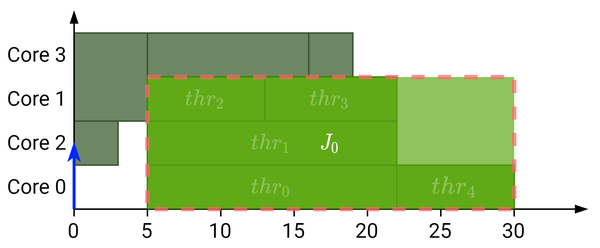
This is Notes/TFM_presentations/midterm/figures/drawings/taskModels_gang_2.png from jmigual/APATeoria, a draw.io export, as it was before one commit. Source tidied: cells renumbered, new cells last; positions are measured from the earlier drawing's top-left corner, leaving out a move shared by most shapes.
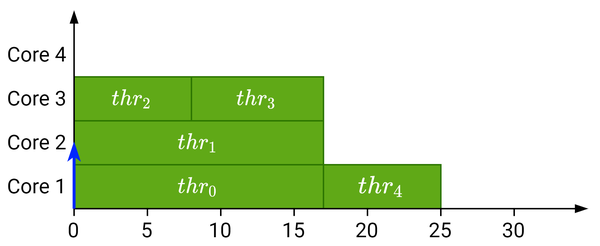
The same file after the commit.

Diff of the diagram source:
```diff
@@ -2,125 +2,110 @@
   <root>
     <mxCell id="0" />
     <mxCell id="1" parent="0" />
-    <mxCell id="2" style="rounded=0;whiteSpace=wrap;html=1;align=center;fillColor=#6d8764;strokeColor=#3A5431;fontColor=#ffffff;fontFamily=Roboto;FType=g;" parent="1" vertex="1">
-      <mxGeometry x="100" y="15" width="110" height="30" as="geometry" />
+    <mxCell id="2" value="$$thr_2$$" style="rounded=0;whiteSpace=wrap;html=1;align=center;fillColor=#60a917;strokeColor=#2D7600;fontColor=#ffffff;fontFamily=Roboto;FType=g;" parent="1" vertex="1">
+      <mxGeometry x="50" y="410" width="80" height="30" as="geometry" />
     </mxCell>
-    <mxCell id="3" style="rounded=0;whiteSpace=wrap;html=1;align=center;fillColor=#6d8764;strokeColor=#3A5431;fontColor=#ffffff;fontFamily=Roboto;FType=g;" parent="1" vertex="1">
-      <mxGeometry x="210" y="15" width="30" height="30" as="geometry" />
+    <mxCell id="3" value="&lt;span style=&quot;font-size: 14px&quot;&gt;$$thr_4$$&lt;/span&gt;" style="rounded=0;whiteSpace=wrap;html=1;align=center;fillColor=#60a917;strokeColor=#2D7600;fontColor=#ffffff;fontFamily=Roboto;FType=g;" parent="1" vertex="1">
+      <mxGeometry x="220" y="470" width="80" height="30" as="geometry" />
     </mxCell>
-    <mxCell id="4" value="&lt;span style=&quot;font-size: 14px&quot;&gt;$$thr_4$$&lt;/span&gt;" style="rounded=0;whiteSpace=wrap;html=1;align=center;fillColor=#60a917;strokeColor=#2D7600;fontColor=#ffffff;fontFamily=Roboto;FType=g;" parent="1" vertex="1">
-      <mxGeometry x="270" y="105" width="80" height="30" as="geometry" />
+    <mxCell id="4" value="$$thr_1$$" style="rounded=0;whiteSpace=wrap;html=1;align=center;fillColor=#60a917;strokeColor=#2D7600;fontColor=#ffffff;fontFamily=Roboto;FType=g;" parent="1" vertex="1">
+      <mxGeometry x="50" y="440" width="170" height="30" as="geometry" />
     </mxCell>
-    <mxCell id="5" style="rounded=0;whiteSpace=wrap;html=1;align=center;fillColor=#6d8764;strokeColor=#3A5431;fontColor=#ffffff;fontFamily=Roboto;FType=g;" parent="1" vertex="1">
-      <mxGeometry x="50" y="75" width="30" height="30" as="geometry" />
+    <mxCell id="5" value="$$thr_3$$" style="rounded=0;whiteSpace=wrap;html=1;align=center;fillColor=#60a917;strokeColor=#2D7600;fontColor=#ffffff;fontFamily=Roboto;FType=g;" parent="1" vertex="1">
+      <mxGeometry x="130" y="410" width="90" height="30" as="geometry" />
     </mxCell>
-    <mxCell id="6" style="rounded=0;whiteSpace=wrap;html=1;align=center;fillColor=#6d8764;strokeColor=#3A5431;fontColor=#ffffff;fontFamily=Roboto;FType=g;" parent="1" vertex="1">
-      <mxGeometry x="50" y="15" width="50" height="60" as="geometry" />
+    <mxCell id="6" value="$$thr_0$$" style="rounded=0;whiteSpace=wrap;html=1;align=center;fillColor=#60a917;strokeColor=#2D7600;fontColor=#ffffff;fontFamily=Roboto;FType=g;" parent="1" vertex="1">
+      <mxGeometry x="50" y="470" width="170" height="30" as="geometry" />
     </mxCell>
-    <mxCell id="7" value="$$thr_1$$" style="rounded=0;whiteSpace=wrap;html=1;align=center;fillColor=#60a917;strokeColor=#2D7600;fontColor=#ffffff;fontFamily=Roboto;FType=g;" parent="1" vertex="1">
-      <mxGeometry x="100" y="75" width="170" height="30" as="geometry" />
+    <mxCell id="7" style="endArrow=blockThin;html=1;endFill=1;fontFamily=Roboto;FType=g;" parent="1" edge="1">
+      <mxGeometry relative="1" as="geometry">
+        <mxPoint x="50" y="500" as="sourcePoint" />
+        <mxPoint x="400" y="500" as="targetPoint" />
+      </mxGeometry>
     </mxCell>
-    <mxCell id="8" value="$$thr_3$$" style="rounded=0;whiteSpace=wrap;html=1;align=center;fillColor=#60a917;strokeColor=#2D7600;fontColor=#ffffff;fontFamily=Roboto;FType=g;" parent="1" vertex="1">
-      <mxGeometry x="180" y="45" width="90" height="30" as="geometry" />
+    <mxCell id="8" style="endArrow=blockThin;html=1;strokeColor=#000000;endFill=1;exitX=0.5;exitY=0;exitDx=0;exitDy=0;fontFamily=Roboto;FType=g;" parent="1" edge="1" source="9">
+      <mxGeometry relative="1" as="geometry">
+        <mxPoint x="50" y="365" as="targetPoint" />
+      </mxGeometry>
     </mxCell>
-    <mxCell id="9" value="$$thr_0$$" style="rounded=0;whiteSpace=wrap;html=1;align=center;fillColor=#60a917;strokeColor=#2D7600;fontColor=#ffffff;fontFamily=Roboto;FType=g;" parent="1" vertex="1">
-      <mxGeometry x="100" y="105" width="170" height="30" as="geometry" />
+    <mxCell id="9" value="&lt;div style=&quot;font-size: 14px;&quot;&gt;0&lt;/div&gt;" style="text;html=1;strokeColor=none;fillColor=none;align=center;verticalAlign=middle;whiteSpace=wrap;rounded=0;fontSize=14;fontFamily=Roboto;FType=g;" parent="1" vertex="1">
+      <mxGeometry x="40" y="505" width="20" height="20" as="geometry" />
     </mxCell>
-    <mxCell id="10" style="endArrow=blockThin;html=1;endFill=1;fontFamily=Roboto;FType=g;" parent="1" edge="1">
-      <mxGeometry relative="1" as="geometry">
-        <mxPoint x="50" y="135" as="sourcePoint" />
-        <mxPoint x="400" y="135" as="targetPoint" />
-      </mxGeometry>
+    <mxCell id="10" value="5" style="text;html=1;strokeColor=none;fillColor=none;align=center;verticalAlign=middle;whiteSpace=wrap;rounded=0;fontSize=14;fontFamily=Roboto;FType=g;" parent="1" vertex="1">
+      <mxGeometry x="90" y="505" width="20" height="20" as="geometry" />
     </mxCell>
-    <mxCell id="11" style="endArrow=blockThin;html=1;strokeColor=#000000;endFill=1;exitX=0.5;exitY=0;exitDx=0;exitDy=0;fontFamily=Roboto;FType=g;" parent="1" edge="1" source="12">
-      <mxGeometry relative="1" as="geometry">
-        <mxPoint x="50" as="targetPoint" />
-      </mxGeometry>
+    <mxCell id="11" value="10" style="text;html=1;strokeColor=none;fillColor=none;align=center;verticalAlign=middle;whiteSpace=wrap;rounded=0;fontSize=14;fontFamily=Roboto;FType=g;" parent="1" vertex="1">
+      <mxGeometry x="140" y="505" width="20" height="20" as="geometry" />
     </mxCell>
-    <mxCell id="12" value="&lt;div style=&quot;font-size: 14px;&quot;&gt;0&lt;/div&gt;" style="text;html=1;strokeColor=none;fillColor=none;align=center;verticalAlign=middle;whiteSpace=wrap;rounded=0;fontSize=14;fontFamily=Roboto;FType=g;" parent="1" vertex="1">
-      <mxGeometry x="40" y="140" width="20" height="20" as="geometry" />
+    <mxCell id="12" value="15" style="text;html=1;strokeColor=none;fillColor=none;align=center;verticalAlign=middle;whiteSpace=wrap;rounded=0;fontSize=14;fontFamily=Roboto;FType=g;" parent="1" vertex="1">
+      <mxGeometry x="190" y="505" width="20" height="20" as="geometry" />
     </mxCell>
-    <mxCell id="13" value="5" style="text;html=1;strokeColor=none;fillColor=none;align=center;verticalAlign=middle;whiteSpace=wrap;rounded=0;fontSize=14;fontFamily=Roboto;FType=g;" parent="1" vertex="1">
-      <mxGeometry x="90" y="140" width="20" height="20" as="geometry" />
+    <mxCell id="13" value="20" style="text;html=1;strokeColor=none;fillColor=none;align=center;verticalAlign=middle;whiteSpace=wrap;rounded=0;fontSize=14;fontFamily=Roboto;FType=g;" parent="1" vertex="1">
+      <mxGeometry x="240" y="505" width="20" height="20" as="geometry" />
     </mxCell>
-    <mxCell id="14" value="10" style="text;html=1;strokeColor=none;fillColor=none;align=center;verticalAlign=middle;whiteSpace=wrap;rounded=0;fontSize=14;fontFamily=Roboto;FType=g;" parent="1" vertex="1">
-      <mxGeometry x="140" y="140" width="20" height="20" as="geometry" />
+    <mxCell id="14" style="endArrow=classicThin;html=1;strokeColor=#0027FF;fillColor=#0050ef;endFill=1;strokeWidth=2;fontFamily=Roboto;FType=g;" parent="1" edge="1">
+      <mxGeometry relative="1" as="geometry">
+        <mxPoint x="50" y="500" as="sourcePoint" />
+        <mxPoint x="50" y="455" as="targetPoint" />
+      </mxGeometry>
     </mxCell>
-    <mxCell id="15" value="15" style="text;html=1;strokeColor=none;fillColor=none;align=center;verticalAlign=middle;whiteSpace=wrap;rounded=0;fontSize=14;fontFamily=Roboto;FType=g;" parent="1" vertex="1">
-      <mxGeometry x="190" y="140" width="20" height="20" as="geometry" />
+    <mxCell id="15" style="endArrow=none;html=1;fontFamily=Roboto;FType=g;" parent="1" edge="1" source="16">
+      <mxGeometry relative="1" as="geometry">
+        <mxPoint x="300" y="500" as="targetPoint" />
+      </mxGeometry>
     </mxCell>
-    <mxCell id="16" value="20" style="text;html=1;strokeColor=none;fillColor=none;align=center;verticalAlign=middle;whiteSpace=wrap;rounded=0;fontSize=14;fontFamily=Roboto;FType=g;" parent="1" vertex="1">
-      <mxGeometry x="240" y="140" width="20" height="20" as="geometry" />
+    <mxCell id="16" value="25" style="text;html=1;strokeColor=none;fillColor=none;align=center;verticalAlign=middle;whiteSpace=wrap;rounded=0;fontSize=14;fontFamily=Roboto;FType=g;" parent="1" vertex="1">
+      <mxGeometry x="290" y="505" width="20" height="20" as="geometry" />
     </mxCell>
-    <mxCell id="17" style="endArrow=classicThin;html=1;strokeColor=#0027FF;fillColor=#0050ef;endFill=1;strokeWidth=2;fontFamily=Roboto;FType=g;" parent="1" edge="1">
+    <mxCell id="17" style="endArrow=none;html=1;exitX=0.5;exitY=0;exitDx=0;exitDy=0;fontFamily=Roboto;FType=g;" parent="1" edge="1" source="16">
       <mxGeometry relative="1" as="geometry">
-        <mxPoint x="50" y="135" as="sourcePoint" />
-        <mxPoint x="50" y="90" as="targetPoint" />
+        <mxPoint x="300" y="500" as="targetPoint" />
       </mxGeometry>
     </mxCell>
-    <mxCell id="18" value="Core 0" style="text;html=1;strokeColor=none;fillColor=none;align=center;verticalAlign=middle;whiteSpace=wrap;rounded=0;fontSize=14;fontColor=#000000;fontFamily=Roboto;FType=g;" parent="1" vertex="1">
-      <mxGeometry y="110" width="50" height="20" as="geometry" />
+    <mxCell id="18" style="endArrow=none;html=1;exitX=0.5;exitY=0;exitDx=0;exitDy=0;fontFamily=Roboto;FType=g;" parent="1" edge="1" source="13">
+      <mxGeometry relative="1" as="geometry">
+        <mxPoint x="250" y="500" as="targetPoint" />
+      </mxGeometry>
     </mxCell>
-    <mxCell id="19" value="Core 1" style="text;html=1;strokeColor=none;fillColor=none;align=center;verticalAlign=middle;whiteSpace=wrap;rounded=0;fontSize=14;fontColor=#000000;fontFamily=Roboto;FType=g;" parent="1" vertex="1">
-      <mxGeometry y="50" width="50" height="20" as="geometry" />
+    <mxCell id="19" style="endArrow=none;html=1;exitX=0.5;exitY=0;exitDx=0;exitDy=0;fontFamily=Roboto;FType=g;" parent="1" edge="1" source="12">
+      <mxGeometry relative="1" as="geometry">
+        <mxPoint x="200" y="500" as="targetPoint" />
+      </mxGeometry>
     </mxCell>
-    <mxCell id="20" value="Core 2" style="text;html=1;strokeColor=none;fillColor=none;align=center;verticalAlign=middle;whiteSpace=wrap;rounded=0;fontSize=14;fontColor=#000000;fontFamily=Roboto;FType=g;" parent="1" vertex="1">
-      <mxGeometry y="80" width="50" height="20" as="geometry" />
+    <mxCell id="20" style="endArrow=none;html=1;exitX=0.5;exitY=0;exitDx=0;exitDy=0;fontFamily=Roboto;FType=g;" parent="1" edge="1" source="11">
+      <mxGeometry relative="1" as="geometry">
+        <mxPoint x="150" y="500" as="targetPoint" />
+      </mxGeometry>
     </mxCell>
-    <mxCell id="21" value="Core 3" style="text;html=1;strokeColor=none;fillColor=none;align=center;verticalAlign=middle;whiteSpace=wrap;rounded=0;fontSize=14;fontColor=#000000;fontFamily=Roboto;FType=g;" parent="1" vertex="1">
-      <mxGeometry y="20" width="50" height="20" as="geometry" />
+    <mxCell id="21" style="endArrow=none;html=1;exitX=0.5;exitY=0;exitDx=0;exitDy=0;fontFamily=Roboto;FType=g;" parent="1" edge="1" source="10">
+      <mxGeometry relative="1" as="geometry">
+        <mxPoint x="100" y="500" as="targetPoint" />
+      </mxGeometry>
     </mxCell>
     <mxCell id="22" style="endArrow=none;html=1;fontFamily=Roboto;FType=g;" parent="1" edge="1" source="23">
       <mxGeometry relative="1" as="geometry">
-        <mxPoint x="300" y="135" as="targetPoint" />
+        <mxPoint x="350" y="500" as="targetPoint" />
       </mxGeometry>
     </mxCell>
-    <mxCell id="23" value="25" style="text;html=1;strokeColor=none;fillColor=none;align=center;verticalAlign=middle;whiteSpace=wrap;rounded=0;fontSize=14;fontFamily=Roboto;FType=g;" parent="1" vertex="1">
-      <mxGeometry x="290" y="140" width="20" height="20" as="geometry" />
+    <mxCell id="23" value="30" style="text;html=1;strokeColor=none;fillColor=none;align=center;verticalAlign=middle;whiteSpace=wrap;rounded=0;fontSize=14;fontFamily=Roboto;FType=g;" parent="1" vertex="1">
+      <mxGeometry x="340" y="505" width="20" height="20" as="geometry" />
     </mxCell>
     <mxCell id="24" style="endArrow=none;html=1;exitX=0.5;exitY=0;exitDx=0;exitDy=0;fontFamily=Roboto;FType=g;" parent="1" edge="1" source="23">
       <mxGeometry relative="1" as="geometry">
-        <mxPoint x="300" y="135" as="targetPoint" />
+        <mxPoint x="350" y="500" as="targetPoint" />
       </mxGeometry>
     </mxCell>
-    <mxCell id="25" style="endArrow=none;html=1;exitX=0.5;exitY=0;exitDx=0;exitDy=0;fontFamily=Roboto;FType=g;" parent="1" edge="1" source="16">
-      <mxGeometry relative="1" as="geometry">
-        <mxPoint x="250" y="135" as="targetPoint" />
-      </mxGeometry>
+    <mxCell id="25" value="Core 1" style="text;html=1;strokeColor=none;fillColor=none;align=center;verticalAlign=middle;whiteSpace=wrap;rounded=0;fontSize=14;fontColor=#000000;fontFamily=Roboto;FType=g;" parent="1" vertex="1">
+      <mxGeometry y="475" width="50" height="20" as="geometry" />
     </mxCell>
-    <mxCell id="26" style="endArrow=none;html=1;exitX=0.5;exitY=0;exitDx=0;exitDy=0;fontFamily=Roboto;FType=g;" parent="1" edge="1" source="15">
-      <mxGeometry relative="1" as="geometry">
-        <mxPoint x="200" y="135" as="targetPoint" />
-      </mxGeometry>
+    <mxCell id="26" value="Core 3" style="text;html=1;strokeColor=none;fillColor=none;align=center;verticalAlign=middle;whiteSpace=wrap;rounded=0;fontSize=14;fontColor=#000000;fontFamily=Roboto;FType=g;" parent="1" vertex="1">
+      <mxGeometry y="415" width="50" height="20" as="geometry" />
     </mxCell>
-    <mxCell id="27" style="endArrow=none;html=1;exitX=0.5;exitY=0;exitDx=0;exitDy=0;fontFamily=Roboto;FType=g;" parent="1" edge="1" source="14">
-      <mxGeometry relative="1" as="geometry">
-        <mxPoint x="150" y="135" as="targetPoint" />
-      </mxGeometry>
+    <mxCell id="27" value="Core 2" style="text;html=1;strokeColor=none;fillColor=none;align=center;verticalAlign=middle;whiteSpace=wrap;rounded=0;fontSize=14;fontColor=#000000;fontFamily=Roboto;FType=g;" parent="1" vertex="1">
+      <mxGeometry y="445" width="50" height="20" as="geometry" />
     </mxCell>
-    <mxCell id="28" style="endArrow=none;html=1;exitX=0.5;exitY=0;exitDx=0;exitDy=0;fontFamily=Roboto;FType=g;" parent="1" edge="1" source="13">
-      <mxGeometry relative="1" as="geometry">
-        <mxPoint x="100" y="135" as="targetPoint" />
-      </mxGeometry>
+    <mxCell id="28" value="Core 4" style="text;html=1;strokeColor=none;fillColor=none;align=center;verticalAlign=middle;whiteSpace=wrap;rounded=0;fontSize=14;fontColor=#000000;fontFamily=Roboto;FType=g;" parent="1" vertex="1">
+      <mxGeometry y="385" width="50" height="20" as="geometry" />
     </mxCell>
-    <mxCell id="29" value="$$thr_2$$" style="rounded=0;whiteSpace=wrap;html=1;align=center;fillColor=#60a917;strokeColor=#2D7600;fontColor=#ffffff;fontFamily=Roboto;FType=g;" parent="1" vertex="1">
-      <mxGeometry x="100" y="45" width="80" height="30" as="geometry" />
-    </mxCell>
-    <mxCell id="30" value="$$J_0$$" style="rounded=0;whiteSpace=wrap;html=1;align=center;fillColor=#60a917;strokeColor=#FF6666;fontColor=#ffffff;opacity=70;dashed=1;strokeWidth=3;perimeterSpacing=0;fontFamily=Roboto;FType=g;" parent="1" vertex="1">
-      <mxGeometry x="100" y="45" width="250" height="90" as="geometry" />
-    </mxCell>
-    <mxCell id="31" style="endArrow=none;html=1;fontFamily=Roboto;FType=g;" parent="1" edge="1" source="32">
-      <mxGeometry relative="1" as="geometry">
-        <mxPoint x="350" y="135" as="targetPoint" />
-      </mxGeometry>
-    </mxCell>
-    <mxCell id="32" value="30" style="text;html=1;strokeColor=none;fillColor=none;align=center;verticalAlign=middle;whiteSpace=wrap;rounded=0;fontSize=14;fontFamily=Roboto;FType=g;" parent="1" vertex="1">
-      <mxGeometry x="340" y="140" width="20" height="20" as="geometry" />
-    </mxCell>
-    <mxCell id="33" style="endArrow=none;html=1;exitX=0.5;exitY=0;exitDx=0;exitDy=0;fontFamily=Roboto;FType=g;" parent="1" edge="1" source="32">
-      <mxGeometry relative="1" as="geometry">
-        <mxPoint x="350" y="135" as="targetPoint" />
-      </mxGeometry>
-    </mxCell>
   </root>
 </mxGraphModel>
```
